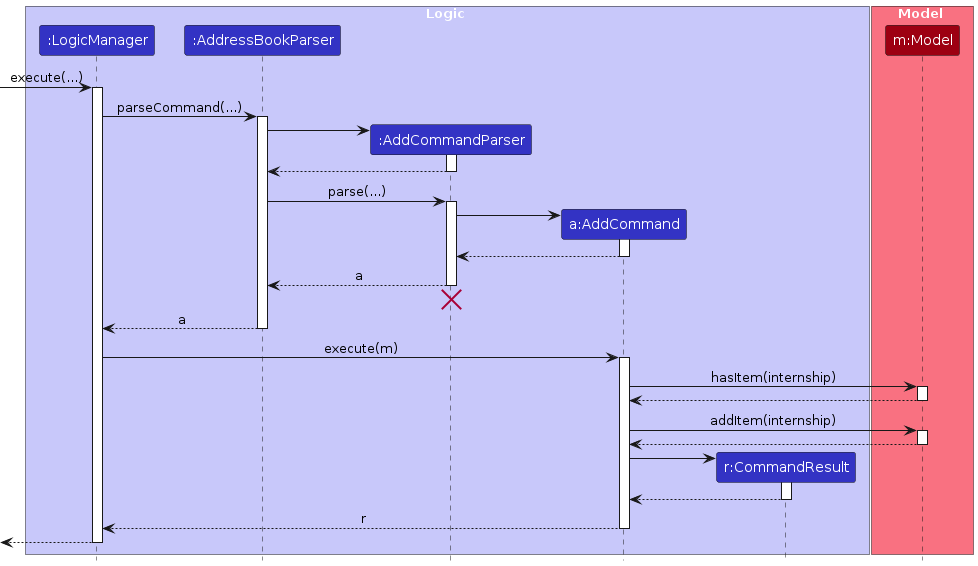
The PlantUML diagram diagrams/AddSequenceDiagram.png in woke02/tp, before a commit. Its source is kept beside it as diagrams/AddSequenceDiagram.puml.
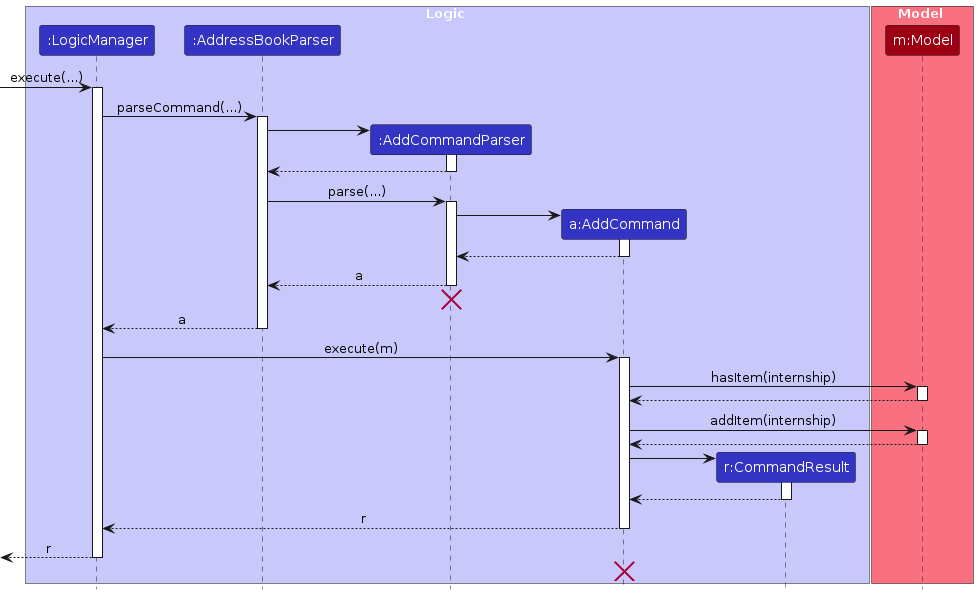
Above is the later version.

Diff of the diagram source:
```diff
@@ -71,6 +71,8 @@
 AddCommand --> LogicManager : r
 deactivate AddCommand
 
-[<--LogicManager
+[<--LogicManager : r
 deactivate LogicManager
+AddCommand -[hidden]-> LogicManager
+destroy AddCommand
 @enduml
```
